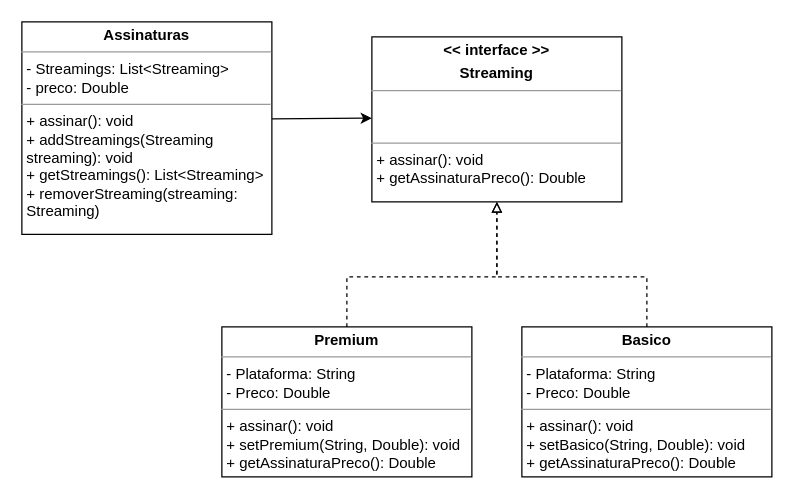
Above: Engenharia de Software III/Composite/images/Composite.drawio in JoaoGRMira/bertoti (draw.io), before the change. Source tidied: cells renumbered, new cells numbered last; positions are measured from the earlier drawing's top-left corner, leaving out a move shared by most shapes. Both pictures are drawn from the tidied source at 125%, with x=0, y=0 at pixel (21, 21).
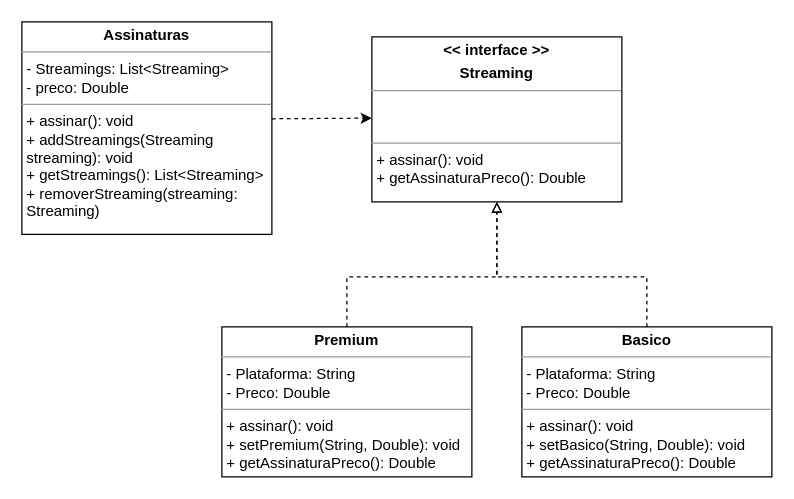
The same diagram, later.

Diff of the diagram source:
```diff
@@
 <mxGraphModel>
   <root>
     <mxCell id="0" />
     <mxCell id="1" parent="0" />
     <mxCell id="2" value="&lt;p style=&quot;margin:0px;margin-top:4px;text-align:center;&quot;&gt;&lt;b&gt;Assinaturas&lt;/b&gt;&lt;/p&gt;&lt;hr size=&quot;1&quot;&gt;&lt;p style=&quot;margin:0px;margin-left:4px;&quot;&gt;- Streamings: List&amp;lt;Streaming&amp;gt;&lt;br&gt;&lt;/p&gt;&lt;p style=&quot;margin:0px;margin-left:4px;&quot;&gt;- preco: Double&lt;/p&gt;&lt;hr size=&quot;1&quot;&gt;&lt;p style=&quot;margin:0px;margin-left:4px;&quot;&gt;+ assinar(): void&lt;/p&gt;&lt;p style=&quot;margin:0px;margin-left:4px;&quot;&gt;+ addStreamings(Streaming streaming): void&lt;/p&gt;&lt;p style=&quot;margin:0px;margin-left:4px;&quot;&gt;+ getStreamings(): List&amp;lt;Streaming&amp;gt;&lt;/p&gt;&lt;p style=&quot;margin:0px;margin-left:4px;&quot;&gt;+ removerStreaming(streaming: Streaming)&lt;/p&gt;" style="verticalAlign=top;align=left;overflow=fill;fontSize=12;fontFamily=Helvetica;html=1;whiteSpace=wrap;" parent="1" vertex="1">
       <mxGeometry width="200" height="170" as="geometry" />
     </mxCell>
     <mxCell id="3" value="&lt;p style=&quot;margin:0px;margin-top:4px;text-align:center;&quot;&gt;&lt;b&gt;Premium&lt;/b&gt;&lt;/p&gt;&lt;hr size=&quot;1&quot;&gt;&lt;p style=&quot;margin:0px;margin-left:4px;&quot;&gt;- Plataforma: String&lt;/p&gt;&lt;p style=&quot;margin:0px;margin-left:4px;&quot;&gt;- Preco: Double&lt;/p&gt;&lt;hr size=&quot;1&quot;&gt;&lt;p style=&quot;margin:0px;margin-left:4px;&quot;&gt;+ assinar(): void&lt;br&gt;&lt;/p&gt;&lt;p style=&quot;margin:0px;margin-left:4px;&quot;&gt;+ setPremium(String, Double): void&lt;/p&gt;&lt;p style=&quot;margin:0px;margin-left:4px;&quot;&gt;+ getAssinaturaPreco(): Double&lt;/p&gt;" style="verticalAlign=top;align=left;overflow=fill;fontSize=12;fontFamily=Helvetica;html=1;whiteSpace=wrap;" parent="1" vertex="1">
       <mxGeometry x="160" y="244" width="200" height="120" as="geometry" />
     </mxCell>
     <mxCell id="4" value="&lt;p style=&quot;margin:0px;margin-top:4px;text-align:center;&quot;&gt;&lt;b&gt;Basico&lt;/b&gt;&lt;/p&gt;&lt;hr size=&quot;1&quot;&gt;&lt;p style=&quot;margin:0px;margin-left:4px;&quot;&gt;- Plataforma: String&lt;/p&gt;&lt;p style=&quot;margin:0px;margin-left:4px;&quot;&gt;- Preco: Double&lt;/p&gt;&lt;hr size=&quot;1&quot;&gt;&lt;p style=&quot;margin:0px;margin-left:4px;&quot;&gt;+ assinar(): void&lt;br&gt;&lt;/p&gt;&lt;p style=&quot;margin:0px;margin-left:4px;&quot;&gt;+ setBasico(String, Double): void&lt;/p&gt;&lt;p style=&quot;margin:0px;margin-left:4px;&quot;&gt;+ getAssinaturaPreco(): Double&lt;/p&gt;" style="verticalAlign=top;align=left;overflow=fill;fontSize=12;fontFamily=Helvetica;html=1;whiteSpace=wrap;" parent="1" vertex="1">
       <mxGeometry x="400" y="244" width="200" height="120" as="geometry" />
     </mxCell>
     <mxCell id="5" style="endArrow=block;html=1;rounded=0;exitX=0.5;exitY=0;exitDx=0;exitDy=0;dashed=1;endFill=0;" parent="1" edge="1" source="3">
       <mxGeometry relative="1" as="geometry">
         <mxPoint x="380" y="144" as="targetPoint" />
         <Array as="points">
           <mxPoint x="260" y="204" />
           <mxPoint x="380" y="204" />
         </Array>
       </mxGeometry>
     </mxCell>
     <mxCell id="6" style="endArrow=block;html=1;rounded=0;exitX=0.5;exitY=0;exitDx=0;exitDy=0;dashed=1;endFill=0;" parent="1" edge="1" source="4">
       <mxGeometry relative="1" as="geometry">
         <mxPoint x="380" y="144" as="targetPoint" />
         <Array as="points">
           <mxPoint x="500" y="204" />
           <mxPoint x="380" y="204" />
         </Array>
       </mxGeometry>
     </mxCell>
-    <mxCell id="7" style="endArrow=classic;html=1;rounded=0;exitX=1;exitY=0.456;exitDx=0;exitDy=0;exitPerimeter=0;entryX=0;entryY=0.5;entryDx=0;entryDy=0;" parent="1" edge="1" source="2">
+    <mxCell id="7" style="endArrow=classic;html=1;rounded=0;exitX=1;exitY=0.456;exitDx=0;exitDy=0;exitPerimeter=0;entryX=0;entryY=0.5;entryDx=0;entryDy=0;dashed=1;" parent="1" edge="1" source="2">
       <mxGeometry relative="1" as="geometry">
         <mxPoint x="280" y="77" as="targetPoint" />
       </mxGeometry>
     </mxCell>
     <mxCell id="8" value="&lt;p style=&quot;margin:0px;margin-top:4px;text-align:center;&quot;&gt;&lt;b&gt;&amp;lt;&amp;lt; interface &amp;gt;&amp;gt;&lt;/b&gt;&lt;/p&gt;&lt;p style=&quot;margin:0px;margin-top:4px;text-align:center;&quot;&gt;&lt;b&gt;Streaming&lt;/b&gt;&lt;/p&gt;&lt;hr size=&quot;1&quot;&gt;&lt;p style=&quot;margin:0px;margin-left:4px;&quot;&gt;&lt;br&gt;&lt;/p&gt;&lt;p style=&quot;margin:0px;margin-left:4px;&quot;&gt;&lt;br&gt;&lt;/p&gt;&lt;hr size=&quot;1&quot;&gt;&lt;p style=&quot;margin:0px;margin-left:4px;&quot;&gt;+ assinar(): void&lt;/p&gt;&lt;p style=&quot;margin:0px;margin-left:4px;&quot;&gt;+ getAssinaturaPreco(): Double&lt;/p&gt;" style="verticalAlign=top;align=left;overflow=fill;fontSize=12;fontFamily=Helvetica;html=1;whiteSpace=wrap;" parent="1" vertex="1">
       <mxGeometry x="280" y="12" width="200" height="132" as="geometry" />
     </mxCell>
   </root>
 </mxGraphModel>
```
